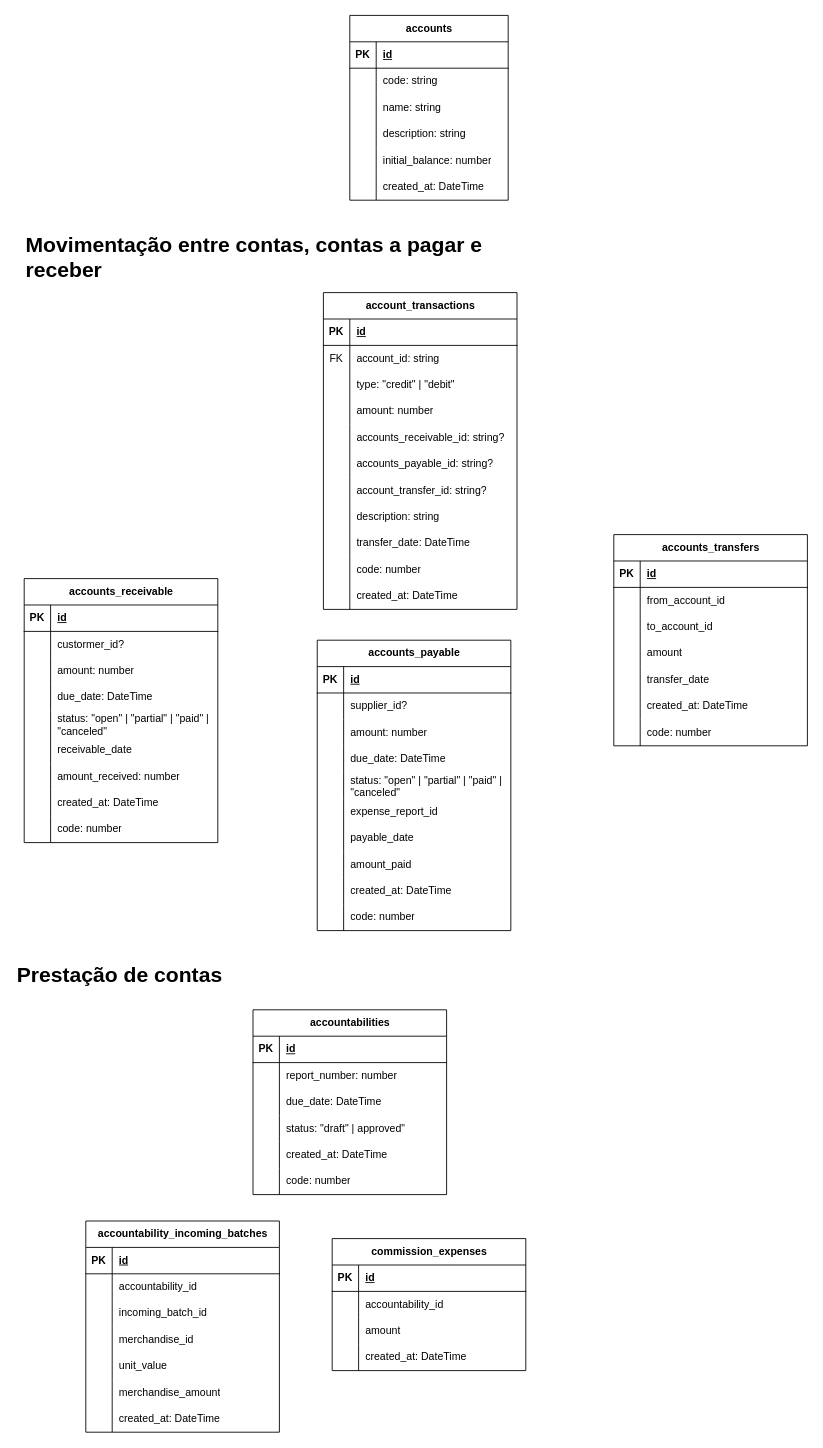
eldoncosta1/diagrams keeps this draw.io diagram as Maanain-Roles.drawio. Above is the earlier version. Source tidied: cells renumbered, new cells numbered last; positions are measured from the earlier drawing's top-left corner, leaving out a move shared by most shapes. Both pictures are drawn from the tidied source at 88%, with x=0, y=0 at pixel (15, 15).
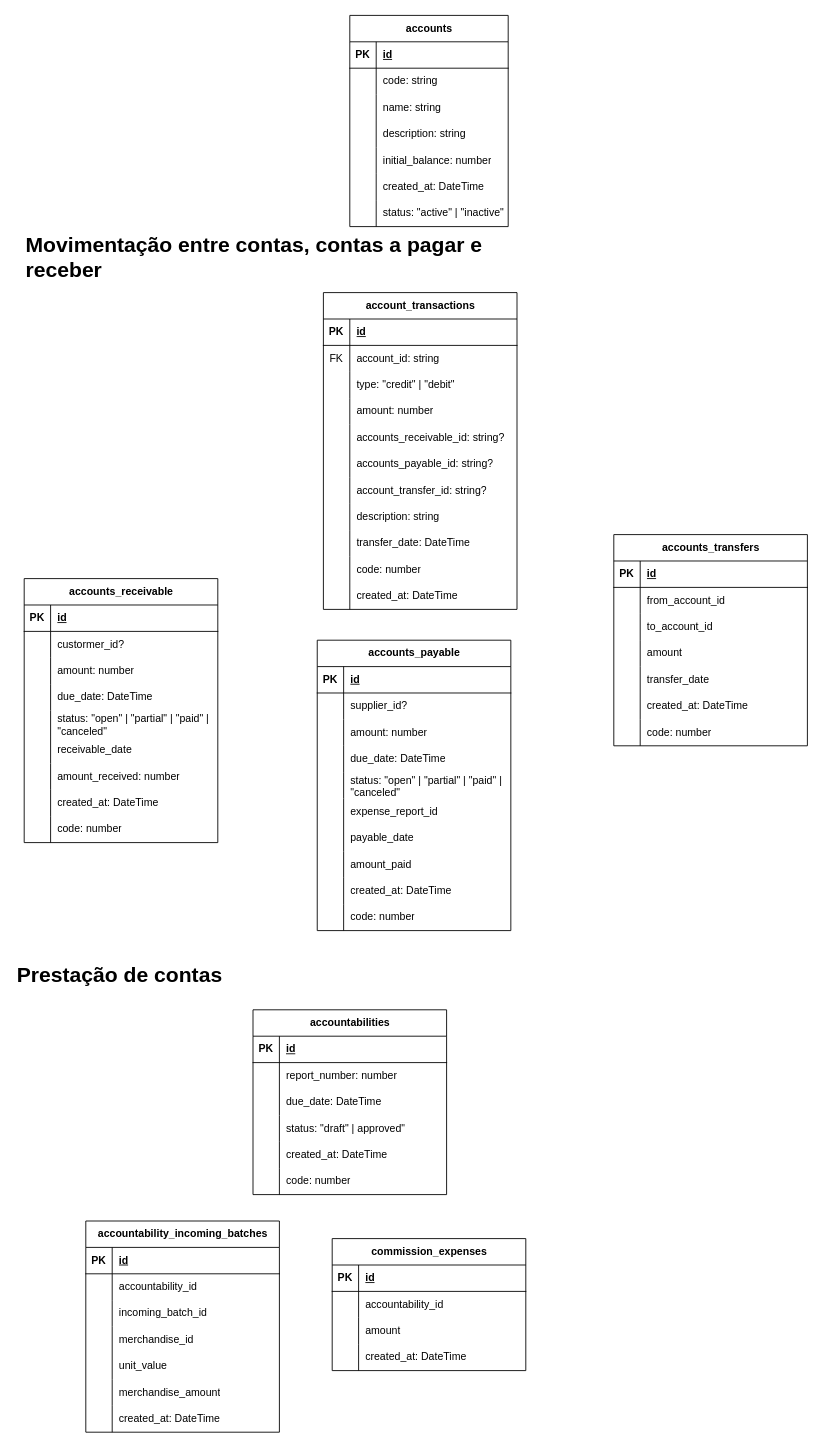
Above is the later version.

What changed in the source:
```diff
@@
     <mxCell id="2" value="accounts" style="shape=table;startSize=30;childLayout=tableLayout;rowLines=0;fontStyle=1;align=center;html=1;" parent="1" vertex="1">
-      <mxGeometry x="380" width="180" height="210" as="geometry" />
+      <mxGeometry x="380" width="180" height="240" as="geometry" />
     </mxCell>
@@
+    <mxCell id="192" style="shape=tableRow;horizontal=0;startSize=0;swimlaneHead=0;swimlaneBody=0;fillColor=none;top=0;left=0;right=0;bottom=0;" parent="2" vertex="1">
+      <mxGeometry y="210" width="180" height="30" as="geometry" />
+    </mxCell>
+    <mxCell id="193" style="shape=partialRectangle;fillColor=none;top=0;left=0;bottom=0;right=0;overflow=hidden;whiteSpace=wrap;html=1;" parent="192" vertex="1">
+      <mxGeometry width="30" height="30" as="geometry" />
+    </mxCell>
+    <mxCell id="194" value="status: &quot;active&quot; | &quot;inactive&quot;" style="shape=partialRectangle;fillColor=none;top=0;left=0;bottom=0;right=0;align=left;spacingLeft=6;overflow=hidden;whiteSpace=wrap;html=1;" parent="192" vertex="1">
+      <mxGeometry x="30" width="150" height="30" as="geometry" />
+    </mxCell>
```
